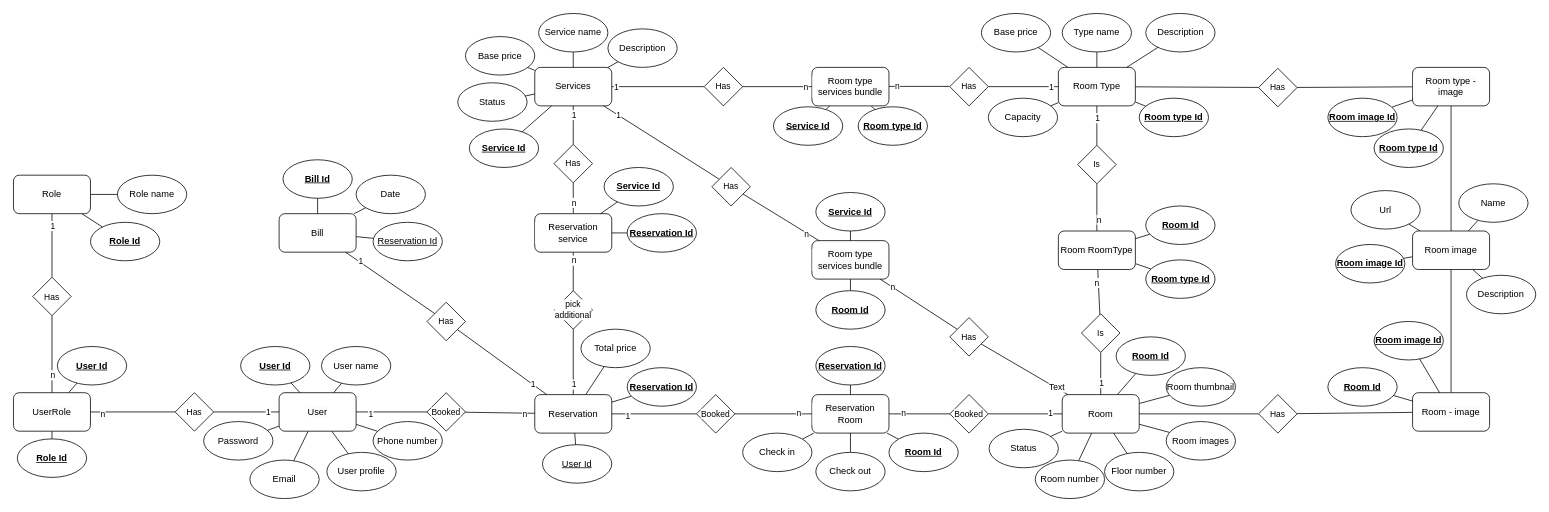
This is doc/ER-Hotel-Management.drawio from HoangDepTraiBoDoiThe/HotelManagement, a draw.io file, before an edit. Source tidied: cells renumbered, new cells numbered last; positions are measured from the earlier drawing's top-left corner, leaving out a move shared by most shapes. Both pictures are drawn from the tidied source at 77%, with x=0, y=0 at pixel (13, 13).
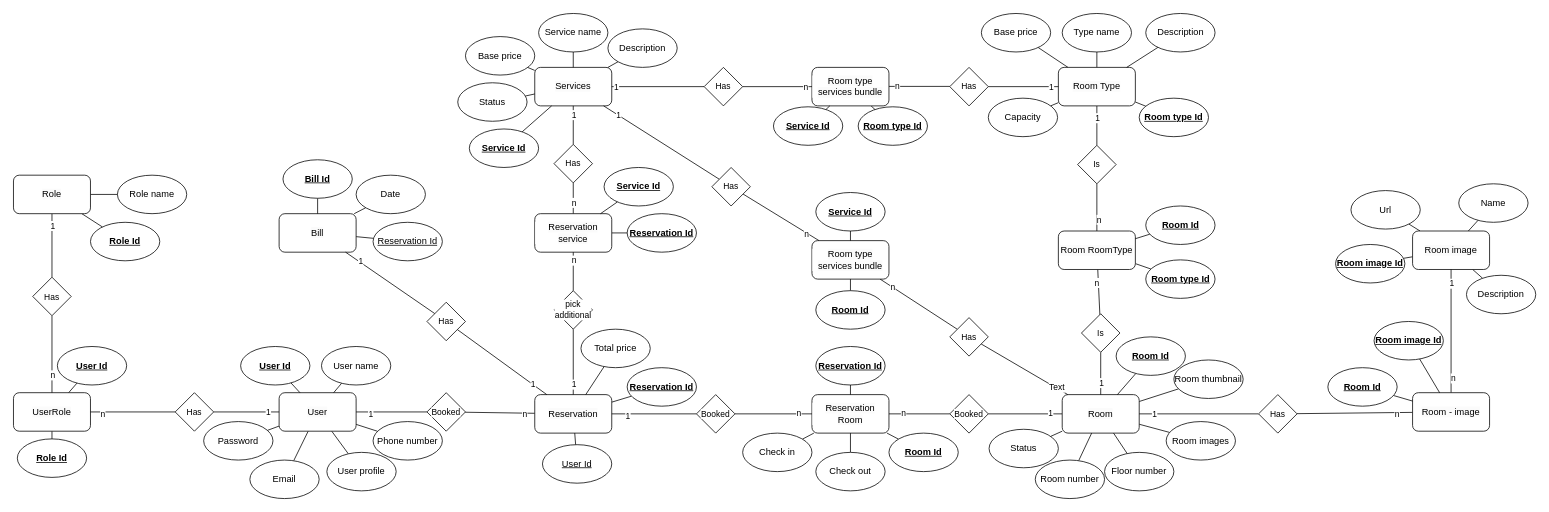
Above is the later version.

Unchanged cells that the change refers to:
```xml
<mxCell id="70" value="&lt;span style=&quot;font-size: 12px; background-color: rgb(251, 251, 251);&quot;&gt;Room Type&lt;/span&gt;" style="rounded=1;whiteSpace=wrap;html=1;fontFamily=Helvetica;fontSize=11;fontColor=default;labelBackgroundColor=default;" parent="1" vertex="1">
  <mxGeometry x="1357" y="70" width="100" height="50" as="geometry" />
</mxCell>
<mxCell id="162" value="&lt;span style=&quot;font-size: 12px; background-color: rgb(251, 251, 251);&quot;&gt;Room image&lt;/span&gt;" style="rounded=1;whiteSpace=wrap;html=1;fontFamily=Helvetica;fontSize=11;fontColor=default;labelBackgroundColor=default;" parent="1" vertex="1">
  <mxGeometry x="1817" y="282.5" width="100" height="50" as="geometry" />
</mxCell>
<mxCell id="163" style="edgeStyle=none;shape=connector;rounded=0;jettySize=auto;html=1;strokeColor=default;align=center;verticalAlign=middle;fontFamily=Helvetica;fontSize=11;fontColor=default;labelBackgroundColor=default;endArrow=none;endFill=0;" parent="1" edge="1" source="56" target="165">
  <mxGeometry relative="1" as="geometry" />
</mxCell>
<mxCell id="164" style="edgeStyle=none;shape=connector;rounded=0;jettySize=auto;html=1;strokeColor=default;align=center;verticalAlign=middle;fontFamily=Helvetica;fontSize=11;fontColor=default;labelBackgroundColor=default;endArrow=none;endFill=0;" parent="1" edge="1" source="165" target="169">
  <mxGeometry relative="1" as="geometry" />
</mxCell>
<mxCell id="168" style="edgeStyle=none;shape=connector;rounded=0;jettySize=auto;html=1;strokeColor=default;align=center;verticalAlign=middle;fontFamily=Helvetica;fontSize=11;fontColor=default;labelBackgroundColor=default;endArrow=none;endFill=0;" parent="1" edge="1" source="169" target="162">
  <mxGeometry relative="1" as="geometry" />
</mxCell>
```

What changed in the source:
```diff
@@
-    <mxCell id="69" style="edgeStyle=none;shape=connector;rounded=0;jettySize=auto;html=1;strokeColor=default;align=center;verticalAlign=middle;fontFamily=Helvetica;fontSize=11;fontColor=default;labelBackgroundColor=default;endArrow=none;endFill=0;" parent="1" edge="1" source="173" target="162">
-      <mxGeometry relative="1" as="geometry" />
-    </mxCell>
@@
     <mxCell id="158" value="Room thumbnail" style="ellipse;whiteSpace=wrap;html=1;fontStyle=0;" parent="1" vertex="1">
-      <mxGeometry x="1497" y="460" width="90" height="50" as="geometry" />
+      <mxGeometry x="1507" y="450" width="90" height="50" as="geometry" />
     </mxCell>
@@
+    <mxCell id="201" value="1" style="edgeLabel;html=1;align=center;verticalAlign=middle;" parent="163" vertex="1">
+      <mxGeometry x="-0.76" relative="1" as="geometry" />
+    </mxCell>
@@
+    <mxCell id="202" value="n" style="edgeLabel;html=1;align=center;verticalAlign=middle;" parent="164" vertex="1">
+      <mxGeometry x="0.73" y="-1" relative="1" as="geometry" />
+    </mxCell>
@@
-    <mxCell id="166" style="edgeStyle=none;shape=connector;rounded=0;jettySize=auto;html=1;strokeColor=default;align=center;verticalAlign=middle;fontFamily=Helvetica;fontSize=11;fontColor=default;labelBackgroundColor=default;endArrow=none;endFill=0;" parent="1" edge="1" source="70" target="167">
-      <mxGeometry relative="1" as="geometry" />
-    </mxCell>
-    <mxCell id="167" value="Has" style="rhombus;whiteSpace=wrap;html=1;fontFamily=Helvetica;fontSize=11;fontColor=default;labelBackgroundColor=default;" parent="1" vertex="1">
-      <mxGeometry x="1617" y="71.2" width="50" height="50" as="geometry" />
-    </mxCell>
@@
+    <mxCell id="203" value="n" style="edgeLabel;html=1;align=center;verticalAlign=middle;" parent="168" vertex="1">
+      <mxGeometry x="-0.76" y="-2" relative="1" as="geometry" />
+    </mxCell>
+    <mxCell id="204" value="1" style="edgeLabel;html=1;align=center;verticalAlign=middle;" parent="168" vertex="1">
+      <mxGeometry x="0.89" relative="1" as="geometry">
+        <mxPoint y="9" as="offset" />
+      </mxGeometry>
+    </mxCell>
@@
-    <mxCell id="170" style="edgeStyle=none;shape=connector;rounded=0;jettySize=auto;html=1;strokeColor=default;align=center;verticalAlign=middle;fontFamily=Helvetica;fontSize=11;fontColor=default;labelBackgroundColor=default;endArrow=none;endFill=0;" parent="1" edge="1" source="167" target="173">
-      <mxGeometry relative="1" as="geometry" />
-    </mxCell>
-    <mxCell id="171" style="edgeStyle=none;shape=connector;rounded=0;jettySize=auto;html=1;strokeColor=default;align=center;verticalAlign=middle;fontFamily=Helvetica;fontSize=11;fontColor=default;labelBackgroundColor=default;endArrow=none;endFill=0;" parent="1" edge="1" source="173" target="179">
-      <mxGeometry relative="1" as="geometry" />
-    </mxCell>
-    <mxCell id="172" style="edgeStyle=none;shape=connector;rounded=0;jettySize=auto;html=1;strokeColor=default;align=center;verticalAlign=middle;fontFamily=Helvetica;fontSize=11;fontColor=default;labelBackgroundColor=default;endArrow=none;endFill=0;" parent="1" edge="1" source="173" target="180">
-      <mxGeometry relative="1" as="geometry" />
-    </mxCell>
-    <mxCell id="173" value="&lt;span style=&quot;font-size: 12px; background-color: rgb(251, 251, 251);&quot;&gt;Room type -image&lt;/span&gt;" style="rounded=1;whiteSpace=wrap;html=1;fontFamily=Helvetica;fontSize=11;fontColor=default;labelBackgroundColor=default;" parent="1" vertex="1">
-      <mxGeometry x="1817" y="70" width="100" height="50" as="geometry" />
-    </mxCell>
@@
-    <mxCell id="179" value="Room image Id" style="ellipse;whiteSpace=wrap;html=1;fontStyle=5;" parent="1" vertex="1">
-      <mxGeometry x="1707" y="110" width="90" height="50" as="geometry" />
-    </mxCell>
-    <mxCell id="180" value="Room type Id" style="ellipse;whiteSpace=wrap;html=1;fontStyle=5;" parent="1" vertex="1">
-      <mxGeometry x="1767" y="150" width="90" height="50" as="geometry" />
-    </mxCell>
```
